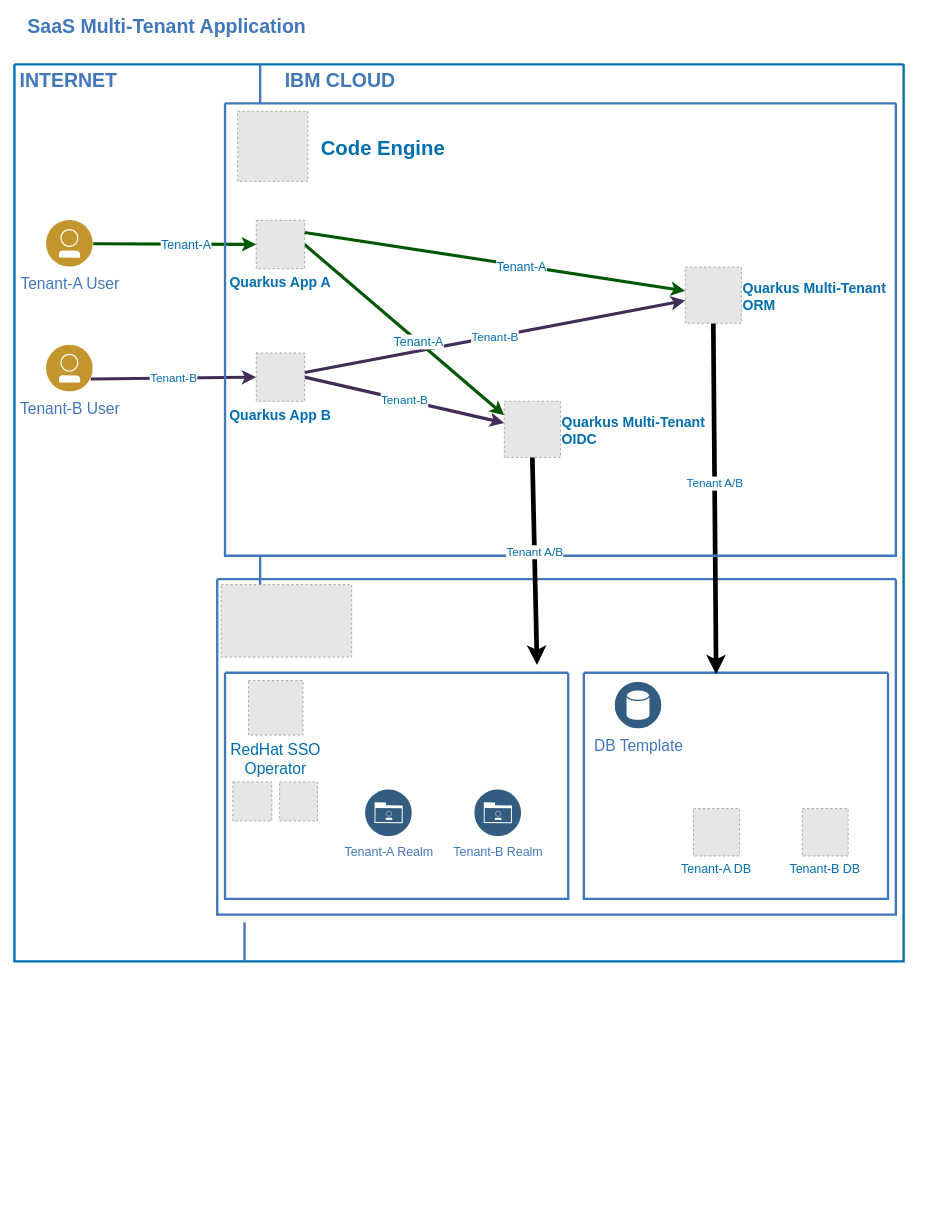
This is diagrams/multi-tenant-app-architecture.drawio from karimdeif/multi-tenancy, a draw.io file, before an edit. Source tidied: cells renumbered, new cells numbered last; positions are measured from the earlier drawing's top-left corner, leaving out a move shared by most shapes. Both pictures are drawn from the tidied source at 78%, with x=0, y=0 at pixel (14, 17). Pictures stored in the file or linked from it are replaced by grey dashed boxes.
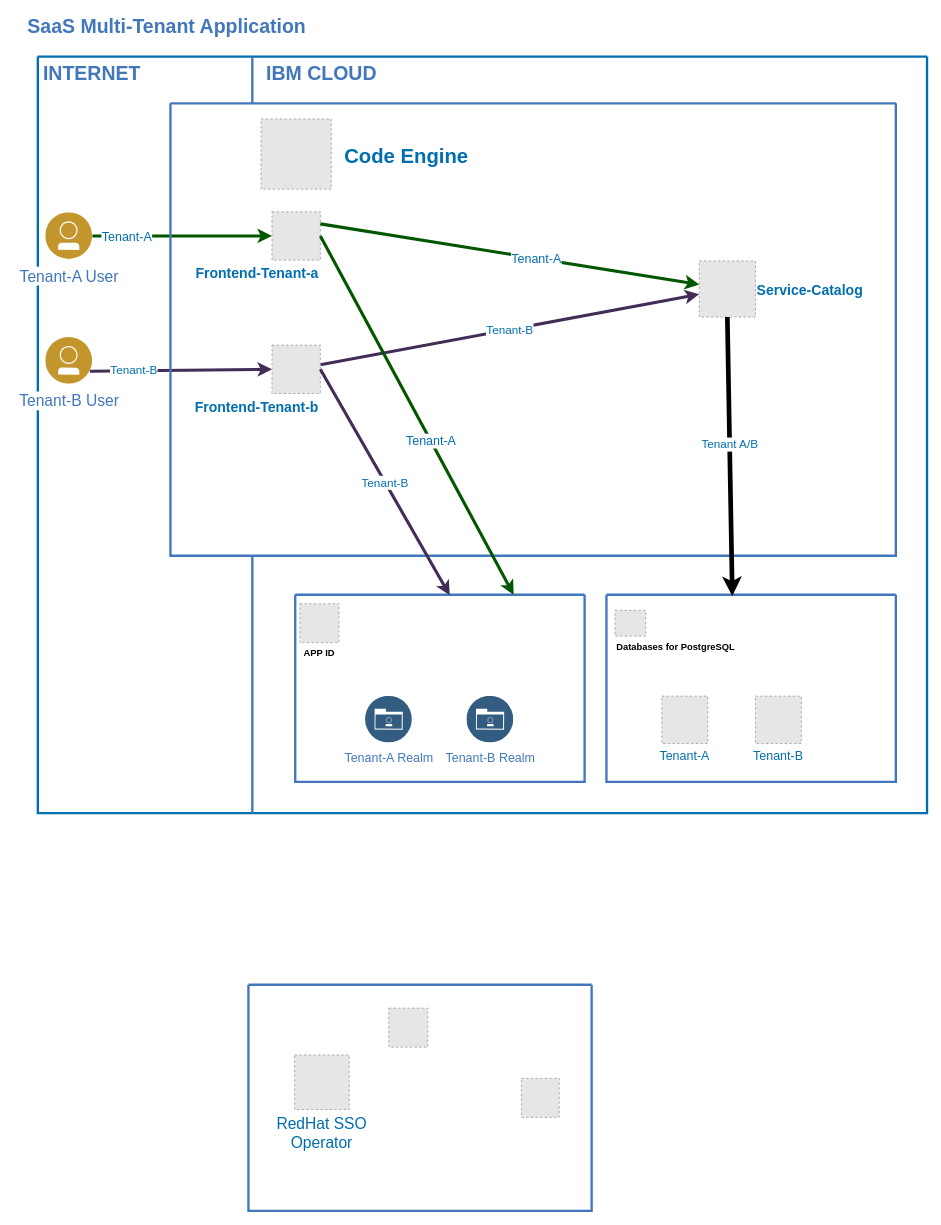
Above is the later version.

The change refers to these unchanged cells:
```xml
<mxCell id="25" style="endArrow=classic;html=1;fontColor=#006EAF;fontSize=15;strokeWidth=4;strokeColor=#005700;fillColor=#008a00;" parent="2" edge="1" source="3" target="30">
  <mxGeometry relative="1" as="geometry" />
</mxCell>
```

Diff of the diagram source:
```diff
@@
     <mxCell id="2" style="swimlane;shadow=0;strokeColor=#006EAF;fillColor=#1ba1e2;fontColor=#ffffff;align=right;startSize=0;noLabel=1;strokeWidth=3;" parent="1" vertex="1">
-      <mxGeometry y="60" width="1140" height="1150" as="geometry" />
+      <mxGeometry x="30" y="50" width="1140" height="970" as="geometry" />
     </mxCell>
     <mxCell id="3" value="&lt;font style=&quot;font-size: 20px&quot;&gt;Tenant-A User&lt;/font&gt;" style="perimeter=ellipsePerimeter;html=1;align=center;shadow=0;dashed=0;image;image=img/lib/ibm/users/user.svg;strokeColor=#FF0000;fillColor=#FFFF66;gradientColor=none;fontColor=#4277BB;labelBackgroundColor=#ffffff;fontSize=12;spacingTop=3;" parent="2" vertex="1">
-      <mxGeometry x="41" y="200" width="60" height="60" as="geometry" />
+      <mxGeometry x="10" y="200" width="60" height="60" as="geometry" />
     </mxCell>
@@
     <mxCell id="5" style="line;strokeWidth=3;direction=south;html=1;shadow=0;labelBackgroundColor=none;fillColor=none;gradientColor=none;fontSize=12;fontColor=#4277BB;align=right;strokeColor=#4277BB;" parent="2" vertex="1">
-      <mxGeometry x="310" width="10" height="50" as="geometry" />
+      <mxGeometry x="270" width="10" height="60" as="geometry" />
     </mxCell>
-    <mxCell id="6" style="line;strokeWidth=3;direction=south;html=1;shadow=0;labelBackgroundColor=none;fillColor=none;gradientColor=none;fontSize=12;fontColor=#4277BB;align=right;strokeColor=#4277BB;" parent="2" vertex="1">
-      <mxGeometry x="310" y="630" width="10" height="50" as="geometry" />
-    </mxCell>
     <mxCell id="7" value="&lt;font style=&quot;font-size: 25px&quot;&gt;IBM CLOUD&lt;/font&gt;" style="text;html=1;align=left;verticalAlign=middle;fontColor=#4277BB;shadow=0;dashed=0;strokeColor=none;fillColor=none;labelBackgroundColor=none;fontStyle=1;fontSize=14;spacingLeft=5;" parent="2" vertex="1">
-      <mxGeometry x="340" y="10" width="150" height="20" as="geometry" />
+      <mxGeometry x="286.2" y="10" width="150" height="20" as="geometry" />
     </mxCell>
     <mxCell id="8" value="&lt;font style=&quot;font-size: 20px&quot;&gt;Tenant-B User&lt;/font&gt;" style="perimeter=ellipsePerimeter;html=1;align=center;shadow=0;dashed=0;image;image=img/lib/ibm/users/user.svg;strokeColor=#FF0000;fillColor=#FFFF66;gradientColor=none;fontColor=#4277BB;labelBackgroundColor=#ffffff;fontSize=12;spacingTop=3;" parent="2" vertex="1">
-      <mxGeometry x="41" y="360" width="60" height="60" as="geometry" />
+      <mxGeometry x="10" y="360" width="60" height="60" as="geometry" />
     </mxCell>
-    <mxCell id="9" style="swimlane;shadow=0;labelBackgroundColor=#007FFF;strokeColor=#4277BB;fillColor=none;gradientColor=none;fontColor=#000000;align=right;startSize=0;strokeWidth=3;" parent="2" vertex="1">
-      <mxGeometry x="260" y="660" width="870" height="430" as="geometry" />
-    </mxCell>
-    <mxCell id="10" style="fillColor=#E6E6E6;strokeColor=#999999;dashed=1;verticalLabelPosition=bottom;labelBackgroundColor=#ffffff;verticalAlign=top;" parent="9" vertex="1">
-      <mxGeometry x="5" y="7" width="167.4" height="93" as="geometry" />
-    </mxCell>
-    <mxCell id="11" value="RedHat SSO&#10;Operator" style="fillColor=#E6E6E6;strokeColor=#999999;dashed=1;verticalLabelPosition=bottom;labelBackgroundColor=#ffffff;verticalAlign=top;fontColor=#006EAF;fontSize=20;" parent="9" vertex="1">
-      <mxGeometry x="40" y="130" width="70" height="70" as="geometry" />
-    </mxCell>
-    <mxCell id="12" value="&lt;div&gt;&lt;font style=&quot;font-size: 16px&quot;&gt;Tenant-A Realm&lt;/font&gt;&lt;/div&gt;" style="perimeter=ellipsePerimeter;html=1;align=center;shadow=0;dashed=0;image;image=img/lib/ibm/data/enterprise_user_directory.svg;strokeColor=#FF0000;fillColor=#FFFF66;gradientColor=none;fontColor=#4277BB;labelBackgroundColor=#ffffff;spacingTop=3;" parent="9" vertex="1">
-      <mxGeometry x="190" y="270" width="60" height="60" as="geometry" />
-    </mxCell>
-    <mxCell id="13" style="fillColor=#E6E6E6;strokeColor=#999999;dashed=1;verticalLabelPosition=bottom;labelBackgroundColor=#ffffff;verticalAlign=top;" parent="9" vertex="1">
-      <mxGeometry x="80" y="260" width="48.5" height="50" as="geometry" />
-    </mxCell>
-    <mxCell id="14" style="fillColor=#E6E6E6;strokeColor=#999999;dashed=1;verticalLabelPosition=bottom;labelBackgroundColor=#ffffff;verticalAlign=top;" parent="9" vertex="1">
-      <mxGeometry x="20" y="260" width="50" height="50" as="geometry" />
-    </mxCell>
-    <mxCell id="15" style="swimlane;shadow=0;labelBackgroundColor=#007FFF;strokeColor=#4277BB;fillColor=none;gradientColor=none;fontColor=#000000;align=right;startSize=0;strokeWidth=3;" parent="9" vertex="1">
-      <mxGeometry x="470" y="120" width="390" height="290" as="geometry" />
-    </mxCell>
-    <mxCell id="16" value="&lt;font style=&quot;font-size: 20px&quot;&gt;DB Template&lt;/font&gt;" style="perimeter=ellipsePerimeter;html=1;align=center;shadow=0;dashed=0;image;image=img/lib/ibm/data/data_services.svg;strokeColor=#FF0000;fillColor=#FFFF66;gradientColor=none;fontColor=#4277BB;labelBackgroundColor=#ffffff;spacingTop=3;" parent="15" vertex="1">
-      <mxGeometry x="40" y="12" width="60" height="60" as="geometry" />
-    </mxCell>
-    <mxCell id="17" value="Tenant-A DB" style="fillColor=#E6E6E6;strokeColor=#999999;dashed=1;verticalLabelPosition=bottom;labelBackgroundColor=#ffffff;verticalAlign=top;fontColor=#006EAF;fontSize=16;" parent="15" vertex="1">
-      <mxGeometry x="140.6" y="174.1" width="58.9" height="60.8" as="geometry" />
-    </mxCell>
-    <mxCell id="18" value="Tenant-B DB" style="fillColor=#E6E6E6;strokeColor=#999999;dashed=1;verticalLabelPosition=bottom;labelBackgroundColor=#ffffff;verticalAlign=top;fontColor=#006EAF;fontSize=16;" parent="15" vertex="1">
-      <mxGeometry x="280" y="174.1" width="58.9" height="60.8" as="geometry" />
-    </mxCell>
-    <mxCell id="19" value="&lt;div&gt;&lt;font style=&quot;font-size: 16px&quot;&gt;Tenant-B Realm&lt;/font&gt;&lt;/div&gt;" style="perimeter=ellipsePerimeter;html=1;align=center;shadow=0;dashed=0;image;image=img/lib/ibm/data/enterprise_user_directory.svg;strokeColor=#FF0000;fillColor=#FFFF66;gradientColor=none;fontColor=#4277BB;labelBackgroundColor=#ffffff;spacingTop=3;" parent="9" vertex="1">
-      <mxGeometry x="330" y="270" width="60" height="60" as="geometry" />
-    </mxCell>
-    <mxCell id="20" style="endArrow=classic;html=1;fontColor=#006EAF;entryX=0.435;entryY=0.007;entryDx=0;entryDy=0;entryPerimeter=0;exitX=0.5;exitY=1;exitDx=0;exitDy=0;strokeWidth=6;labelPosition=right;verticalLabelPosition=middle;align=left;verticalAlign=middle;" parent="2" edge="1" source="31" target="15">
-      <mxGeometry relative="1" as="geometry" />
-    </mxCell>
-    <mxCell id="21" value="Tenant A/B" style="edgeLabel;html=1;align=center;verticalAlign=middle;fontSize=15;fontColor=#006EAF;" parent="20" vertex="1">
-      <mxGeometry x="-0.09" relative="1" as="geometry" />
-    </mxCell>
@@
-    <mxCell id="23" style="endArrow=classic;html=1;fontColor=#006EAF;fontSize=15;strokeWidth=4;strokeColor=#005700;exitX=1;exitY=0.5;exitDx=0;exitDy=0;fillColor=#008a00;startArrow=none;entryX=0;entryY=0.25;entryDx=0;entryDy=0;" parent="2" edge="1" source="30" target="32">
-      <mxGeometry relative="1" as="geometry" />
-    </mxCell>
-    <mxCell id="24" value="Tenant-A" style="edgeLabel;html=1;align=center;verticalAlign=middle;fontSize=16;fontColor=#006EAF;" parent="23" vertex="1">
-      <mxGeometry x="0.14" relative="1" as="geometry" />
-    </mxCell>
@@
     <mxCell id="26" value="Tenant-A" style="edgeLabel;html=1;align=center;verticalAlign=middle;fontSize=16;fontColor=#006EAF;" parent="25" vertex="1">
-      <mxGeometry x="0.14" relative="1" as="geometry" />
+      <mxGeometry x="0.14" relative="1" as="geometry">
+        <mxPoint x="-88" as="offset" />
+      </mxGeometry>
     </mxCell>
     <mxCell id="27" value="Tenant-B" style="endArrow=classic;html=1;fontColor=#006EAF;fontSize=15;strokeWidth=4;strokeColor=#432D57;fillColor=#76608a;exitX=1;exitY=0.75;exitDx=0;exitDy=0;entryX=0;entryY=0.5;entryDx=0;entryDy=0;" parent="2" edge="1" source="8" target="33">
-      <mxGeometry relative="1" as="geometry" />
+      <mxGeometry x="-0.52" y="2" relative="1" as="geometry" />
     </mxCell>
-    <mxCell id="28" value="Tenant-B" style="endArrow=classic;html=1;fontColor=#006EAF;fontSize=15;strokeWidth=4;strokeColor=#432D57;fillColor=#76608a;exitX=1;exitY=0.5;exitDx=0;exitDy=0;" parent="2" edge="1" source="33" target="32">
-      <mxGeometry relative="1" as="geometry" />
-    </mxCell>
     <mxCell id="29" value="Code Engine" style="fillColor=#E6E6E6;strokeColor=#999999;dashed=1;verticalLabelPosition=middle;labelBackgroundColor=#ffffff;verticalAlign=middle;fontColor=#006EAF;fontSize=26;align=left;fontStyle=1;labelPosition=right;spacingLeft=15;" parent="2" vertex="1">
-      <mxGeometry x="286.2" y="60" width="90" height="90" as="geometry" />
+      <mxGeometry x="286.2" y="80" width="90" height="90" as="geometry" />
     </mxCell>
-    <mxCell id="30" value="Quarkus App A" style="fillColor=#E6E6E6;strokeColor=#999999;dashed=1;verticalLabelPosition=bottom;labelBackgroundColor=#ffffff;verticalAlign=top;fontSize=18;fontColor=#006EAF;fontStyle=1;" parent="2" vertex="1">
-      <mxGeometry x="310" y="200" width="62" height="62" as="geometry" />
+    <mxCell id="30" value="Frontend-Tenant-a" style="fillColor=#E6E6E6;strokeColor=#999999;dashed=1;verticalLabelPosition=bottom;labelBackgroundColor=#ffffff;verticalAlign=top;fontSize=18;fontColor=#006EAF;fontStyle=1;align=right;" parent="2" vertex="1">
+      <mxGeometry x="300.2" y="199" width="62" height="62" as="geometry" />
     </mxCell>
-    <mxCell id="31" value="Quarkus Multi-Tenant&#10;ORM" style="fillColor=#E6E6E6;strokeColor=#999999;dashed=1;verticalLabelPosition=middle;labelBackgroundColor=#ffffff;verticalAlign=middle;fontSize=18;fontColor=#006EAF;fontStyle=1;labelPosition=right;align=left;" parent="2" vertex="1">
-      <mxGeometry x="860" y="260" width="72" height="72" as="geometry" />
+    <mxCell id="31" value="Service-Catalog" style="fillColor=#E6E6E6;strokeColor=#999999;dashed=1;verticalLabelPosition=middle;labelBackgroundColor=#ffffff;verticalAlign=middle;fontSize=18;fontColor=#006EAF;fontStyle=1;labelPosition=right;align=left;" parent="2" vertex="1">
+      <mxGeometry x="848" y="262" width="72" height="72" as="geometry" />
     </mxCell>
-    <mxCell id="32" value="Quarkus Multi-Tenant&#10;OIDC" style="fillColor=#E6E6E6;strokeColor=#999999;dashed=1;verticalLabelPosition=middle;labelBackgroundColor=#ffffff;verticalAlign=middle;fontSize=18;fontColor=#006EAF;fontStyle=1;labelPosition=right;align=left;" parent="2" vertex="1">
-      <mxGeometry x="628" y="432" width="72" height="72" as="geometry" />
-    </mxCell>
-    <mxCell id="33" value="Quarkus App B" style="fillColor=#E6E6E6;strokeColor=#999999;dashed=1;verticalLabelPosition=bottom;labelBackgroundColor=#ffffff;verticalAlign=top;fontSize=18;fontColor=#006EAF;fontStyle=1;" parent="2" vertex="1">
-      <mxGeometry x="310" y="370" width="62" height="62" as="geometry" />
+    <mxCell id="33" value="Frontend-Tenant-b" style="fillColor=#E6E6E6;strokeColor=#999999;dashed=1;verticalLabelPosition=bottom;labelBackgroundColor=#ffffff;verticalAlign=top;fontSize=18;fontColor=#006EAF;fontStyle=1;align=right;" parent="2" vertex="1">
+      <mxGeometry x="300.2" y="370" width="62" height="62" as="geometry" />
     </mxCell>
@@
+    <mxCell id="42" value="Databases for PostgreSQL" style="fillColor=#E6E6E6;strokeColor=#999999;dashed=1;verticalLabelPosition=bottom;labelBackgroundColor=#ffffff;verticalAlign=top;fontSize=12;align=left;fontStyle=1;" parent="2" vertex="1">
+      <mxGeometry x="740" y="710" width="39.3" height="33" as="geometry" />
+    </mxCell>
+    <mxCell id="17" value="Tenant-A" style="fillColor=#E6E6E6;strokeColor=#999999;dashed=1;verticalLabelPosition=bottom;labelBackgroundColor=#ffffff;verticalAlign=top;fontColor=#006EAF;fontSize=16;" parent="2" vertex="1">
+      <mxGeometry x="800" y="820" width="58.9" height="60.8" as="geometry" />
+    </mxCell>
+    <mxCell id="18" value="Tenant-B" style="fillColor=#E6E6E6;strokeColor=#999999;dashed=1;verticalLabelPosition=bottom;labelBackgroundColor=#ffffff;verticalAlign=top;fontColor=#006EAF;fontSize=16;" parent="2" vertex="1">
+      <mxGeometry x="920" y="820" width="58.9" height="60.8" as="geometry" />
+    </mxCell>
+    <mxCell id="43" value="APP ID" style="fillColor=#E6E6E6;strokeColor=#999999;dashed=1;verticalLabelPosition=bottom;labelBackgroundColor=#ffffff;verticalAlign=top;fontStyle=1;" parent="2" vertex="1">
+      <mxGeometry x="336" y="701.5" width="50" height="50" as="geometry" />
+    </mxCell>
+    <mxCell id="12" value="&lt;div&gt;&lt;font style=&quot;font-size: 16px&quot;&gt;Tenant-A Realm&lt;/font&gt;&lt;/div&gt;" style="perimeter=ellipsePerimeter;html=1;align=center;shadow=0;dashed=0;image;image=img/lib/ibm/data/enterprise_user_directory.svg;strokeColor=#FF0000;fillColor=#FFFF66;gradientColor=none;fontColor=#4277BB;labelBackgroundColor=#ffffff;spacingTop=3;" parent="2" vertex="1">
+      <mxGeometry x="420" y="820" width="60" height="60" as="geometry" />
+    </mxCell>
+    <mxCell id="19" value="&lt;div&gt;&lt;font style=&quot;font-size: 16px&quot;&gt;Tenant-B Realm&lt;/font&gt;&lt;/div&gt;" style="perimeter=ellipsePerimeter;html=1;align=center;shadow=0;dashed=0;image;image=img/lib/ibm/data/enterprise_user_directory.svg;strokeColor=#FF0000;fillColor=#FFFF66;gradientColor=none;fontColor=#4277BB;labelBackgroundColor=#ffffff;spacingTop=3;" parent="2" vertex="1">
+      <mxGeometry x="550" y="820" width="60" height="60" as="geometry" />
+    </mxCell>
     <mxCell id="36" style="swimlane;shadow=0;labelBackgroundColor=#007FFF;strokeColor=#4277BB;fillColor=none;gradientColor=none;fontColor=#000000;align=right;startSize=0;strokeWidth=3;" parent="1" vertex="1">
-      <mxGeometry x="270" y="110" width="860" height="580" as="geometry" />
+      <mxGeometry x="200" y="110" width="930" height="580" as="geometry" />
     </mxCell>
     <mxCell id="37" style="swimlane;shadow=0;labelBackgroundColor=#007FFF;strokeColor=#4277BB;fillColor=none;gradientColor=none;fontColor=#000000;align=right;startSize=0;strokeWidth=3;" parent="1" vertex="1">
-      <mxGeometry x="270" y="840" width="440" height="290" as="geometry" />
+      <mxGeometry x="300" y="1240" width="440" height="290" as="geometry" />
     </mxCell>
-    <mxCell id="38" style="line;strokeWidth=3;direction=south;html=1;shadow=0;labelBackgroundColor=none;fillColor=none;gradientColor=none;fontSize=12;fontColor=#4277BB;align=right;strokeColor=#4277BB;" parent="1" vertex="1">
-      <mxGeometry x="290" y="1160" width="10" height="50" as="geometry" />
-    </mxCell>
-    <mxCell id="39" style="endArrow=classic;html=1;fontColor=#006EAF;strokeWidth=6;exitX=0.5;exitY=1;exitDx=0;exitDy=0;" parent="1" edge="1" source="32">
-      <mxGeometry relative="1" as="geometry">
-        <mxPoint x="670" y="830" as="targetPoint" />
-      </mxGeometry>
-    </mxCell>
-    <mxCell id="40" value="Tenant A/B" style="edgeLabel;html=1;align=center;verticalAlign=middle;fontSize=15;fontColor=#006EAF;" parent="39" vertex="1">
-      <mxGeometry x="-0.09" relative="1" as="geometry" />
-    </mxCell>
+    <mxCell id="11" value="RedHat SSO&#10;Operator" style="fillColor=#E6E6E6;strokeColor=#999999;dashed=1;verticalLabelPosition=bottom;labelBackgroundColor=#ffffff;verticalAlign=top;fontColor=#006EAF;fontSize=20;" parent="37" vertex="1">
+      <mxGeometry x="59.2" y="90" width="70" height="70" as="geometry" />
+    </mxCell>
+    <mxCell id="14" style="fillColor=#E6E6E6;strokeColor=#999999;dashed=1;verticalLabelPosition=bottom;labelBackgroundColor=#ffffff;verticalAlign=top;" parent="37" vertex="1">
+      <mxGeometry x="180" y="30" width="50" height="50" as="geometry" />
+    </mxCell>
+    <mxCell id="13" style="fillColor=#E6E6E6;strokeColor=#999999;dashed=1;verticalLabelPosition=bottom;labelBackgroundColor=#ffffff;verticalAlign=top;" parent="37" vertex="1">
+      <mxGeometry x="350" y="120" width="48.5" height="50" as="geometry" />
+    </mxCell>
@@
+    <mxCell id="15" style="swimlane;shadow=0;labelBackgroundColor=#007FFF;strokeColor=#4277BB;fillColor=none;gradientColor=none;fontColor=#000000;align=right;startSize=0;strokeWidth=3;" parent="1" vertex="1">
+      <mxGeometry x="759" y="740" width="371" height="240" as="geometry" />
+    </mxCell>
+    <mxCell id="20" style="endArrow=classic;html=1;fontColor=#006EAF;entryX=0.435;entryY=0.007;entryDx=0;entryDy=0;entryPerimeter=0;exitX=0.5;exitY=1;exitDx=0;exitDy=0;strokeWidth=6;labelPosition=right;verticalLabelPosition=middle;align=left;verticalAlign=middle;" parent="1" edge="1" source="31" target="15">
+      <mxGeometry relative="1" as="geometry" />
+    </mxCell>
+    <mxCell id="21" value="Tenant A/B" style="edgeLabel;html=1;align=center;verticalAlign=middle;fontSize=15;fontColor=#006EAF;" parent="20" vertex="1">
+      <mxGeometry x="-0.09" relative="1" as="geometry" />
+    </mxCell>
+    <mxCell id="44" style="swimlane;shadow=0;labelBackgroundColor=#007FFF;strokeColor=#4277BB;fillColor=none;gradientColor=none;fontColor=#000000;align=right;startSize=0;strokeWidth=3;" parent="1" vertex="1">
+      <mxGeometry x="360" y="740" width="371" height="240" as="geometry" />
+    </mxCell>
+    <mxCell id="45" style="line;strokeWidth=3;direction=south;html=1;shadow=0;labelBackgroundColor=none;fillColor=none;gradientColor=none;fontSize=12;fontColor=#4277BB;align=right;strokeColor=#4277BB;" parent="1" vertex="1">
+      <mxGeometry x="300" y="690" width="10" height="330" as="geometry" />
+    </mxCell>
+    <mxCell id="28" value="Tenant-B" style="endArrow=classic;html=1;fontColor=#006EAF;fontSize=15;strokeWidth=4;strokeColor=#432D57;fillColor=#76608a;exitX=1;exitY=0.5;exitDx=0;exitDy=0;entryX=0.534;entryY=0.003;entryDx=0;entryDy=0;entryPerimeter=0;" parent="1" edge="1" source="33" target="44">
+      <mxGeometry relative="1" as="geometry" />
+    </mxCell>
+    <mxCell id="23" style="endArrow=classic;html=1;fontColor=#006EAF;fontSize=15;strokeWidth=4;strokeColor=#005700;exitX=1;exitY=0.5;exitDx=0;exitDy=0;fillColor=#008a00;startArrow=none;" parent="1" edge="1" source="30">
+      <mxGeometry relative="1" as="geometry">
+        <mxPoint x="640" y="740" as="targetPoint" />
+      </mxGeometry>
+    </mxCell>
+    <mxCell id="24" value="Tenant-A" style="edgeLabel;html=1;align=center;verticalAlign=middle;fontSize=16;fontColor=#006EAF;" parent="23" vertex="1">
+      <mxGeometry x="0.14" relative="1" as="geometry" />
+    </mxCell>
```
